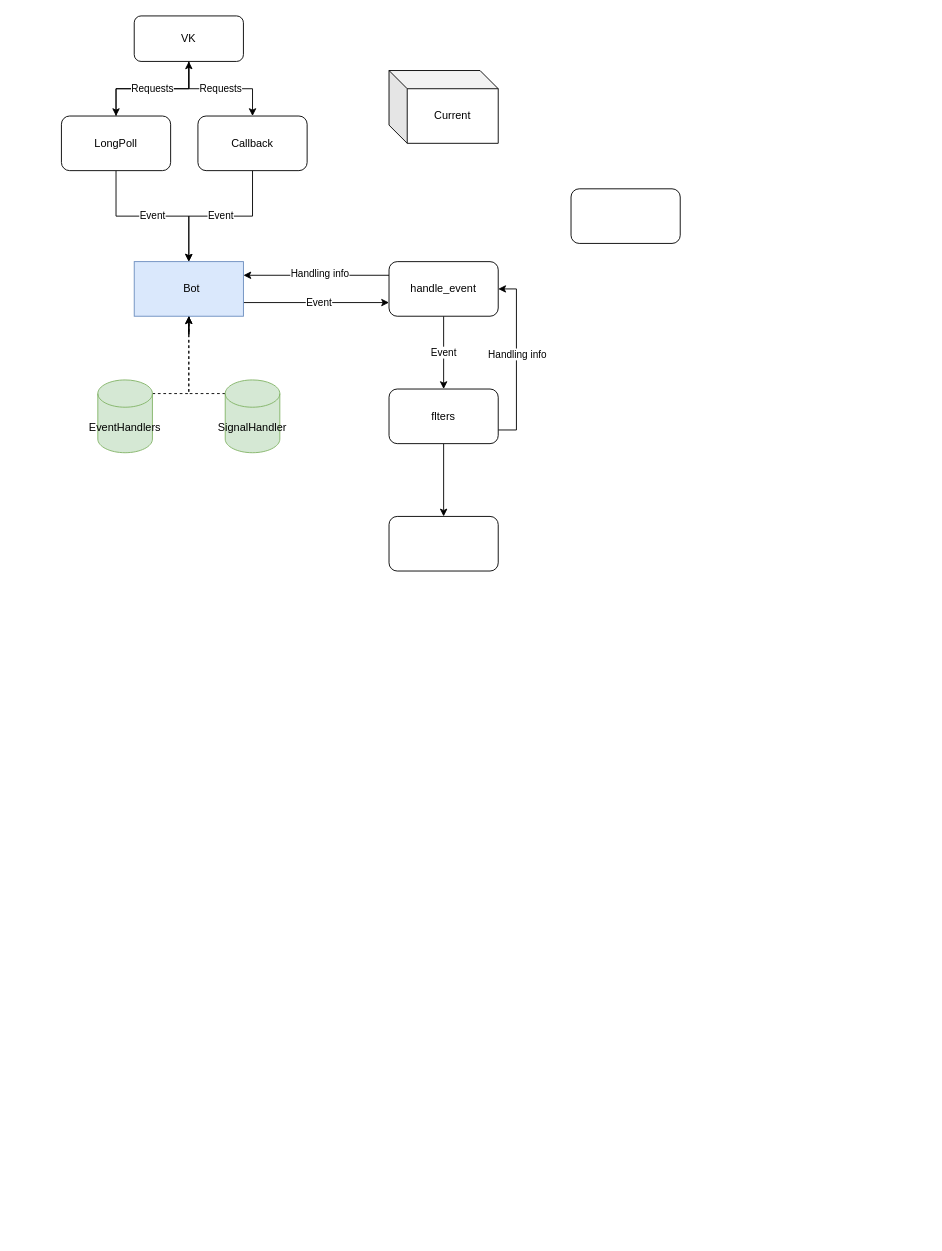
The draw.io diagram Untitled Diagram.drawio in deknowny/vk_dev, before the edit. Source tidied: cells renumbered, new cells numbered last; positions are measured from the earlier drawing's top-left corner, leaving out a move shared by most shapes. Both pictures are drawn from the tidied source at 91%, with x=0, y=0 at pixel (61, 15).
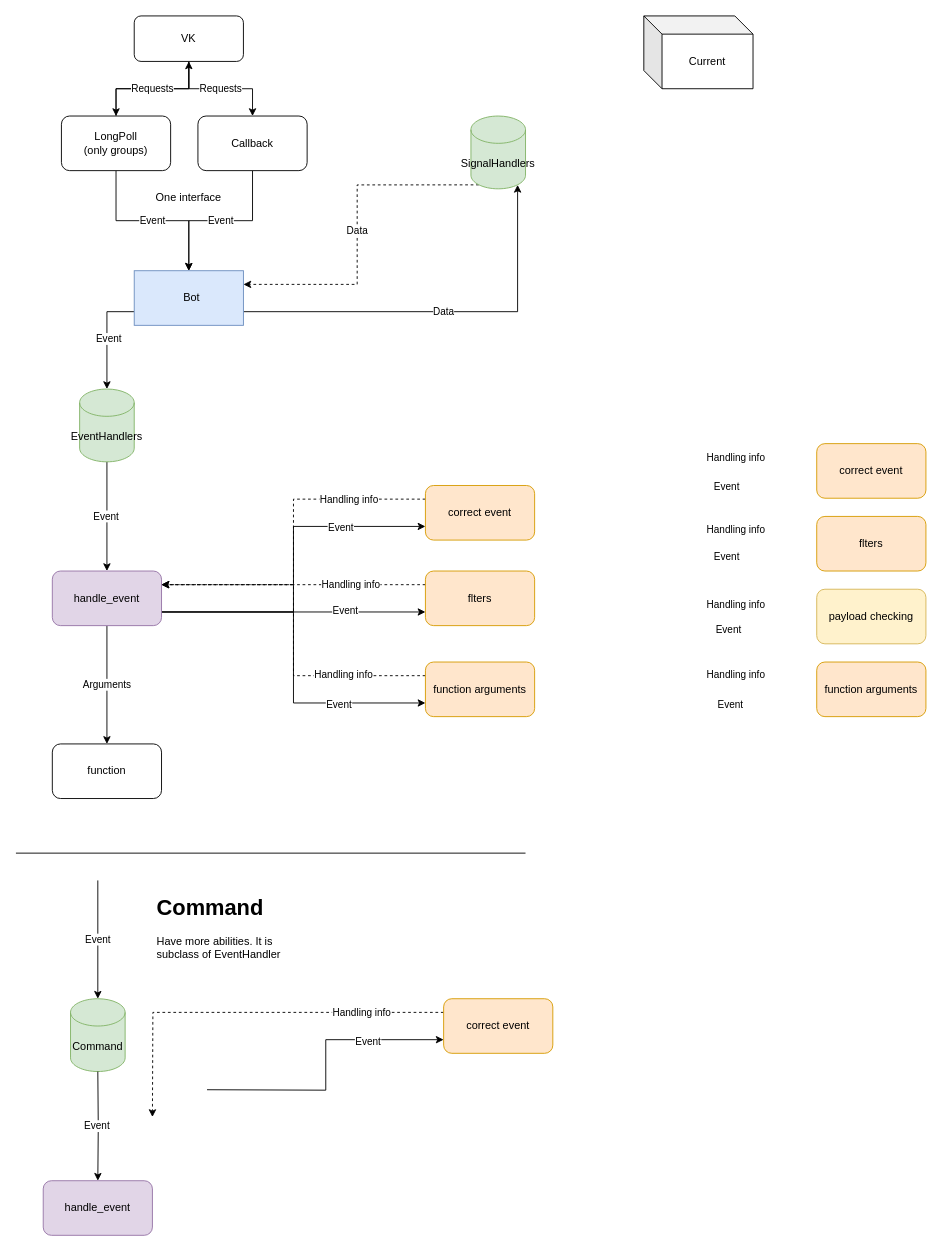
The same diagram, later.

The edit, as a diff of the source:
```diff
@@
-    <mxCell id="2" style="edgeStyle=orthogonalEdgeStyle;rounded=0;jettySize=auto;html=1;" parent="1" edge="1" source="6">
-      <mxGeometry relative="1" as="geometry">
-        <mxPoint x="140" y="310" as="targetPoint" />
-      </mxGeometry>
-    </mxCell>
-    <mxCell id="3" style="edgeStyle=orthogonalEdgeStyle;rounded=0;jettySize=auto;html=1;" parent="1" edge="1" source="6">
-      <mxGeometry relative="1" as="geometry">
-        <mxPoint x="140" y="310" as="targetPoint" />
-      </mxGeometry>
-    </mxCell>
-    <mxCell id="4" style="edgeStyle=orthogonalEdgeStyle;rounded=0;jettySize=auto;html=1;exitX=0;exitY=0.25;exitDx=0;exitDy=0;entryX=0;entryY=0.75;entryDx=0;entryDy=0;" parent="1" edge="1" source="6" target="15">
+    <mxCell id="4" style="edgeStyle=orthogonalEdgeStyle;rounded=0;jettySize=auto;html=1;exitX=1;exitY=0.25;exitDx=0;exitDy=0;" parent="1" edge="1" source="6" target="21">
       <mxGeometry relative="1" as="geometry" />
     </mxCell>
@@
+    <mxCell id="30" value="Data" style="edgeStyle=orthogonalEdgeStyle;rounded=0;jettySize=auto;html=1;exitX=0;exitY=0.25;exitDx=0;exitDy=0;entryX=0.855;entryY=1;entryDx=0;entryDy=-4.35;entryPerimeter=0;" parent="1" edge="1" source="6" target="23">
+      <mxGeometry relative="1" as="geometry" />
+    </mxCell>
     <mxCell id="6" value="&amp;nbsp; Bot" style="rounded=0;whiteSpace=wrap;html=1;direction=west;fillColor=#dae8fc;strokeColor=#6c8ebf;" parent="1" vertex="1">
-      <mxGeometry x="80" y="270" width="120" height="60" as="geometry" />
+      <mxGeometry x="80" y="280" width="120" height="60" as="geometry" />
     </mxCell>
@@
-    <mxCell id="9" value="LongPoll" style="rounded=1;whiteSpace=wrap;html=1;" parent="1" vertex="1">
+    <mxCell id="9" value="LongPoll&lt;br&gt;(only groups)" style="rounded=1;whiteSpace=wrap;html=1;" parent="1" vertex="1">
       <mxGeometry y="110" width="120" height="60" as="geometry" />
     </mxCell>
@@
+    <mxCell id="31" value="Arguments" style="edgeStyle=orthogonalEdgeStyle;rounded=0;jettySize=auto;html=1;" parent="1" edge="1" source="15" target="29">
+      <mxGeometry relative="1" as="geometry">
+        <Array as="points">
+          <mxPoint x="50" y="800" />
+          <mxPoint x="50" y="800" />
+        </Array>
+      </mxGeometry>
+    </mxCell>
-    <mxCell id="12" value="Event" style="edgeStyle=orthogonalEdgeStyle;rounded=0;jettySize=auto;html=1;" parent="1" edge="1" source="15" target="28">
+    <mxCell id="12" style="edgeStyle=orthogonalEdgeStyle;rounded=0;jettySize=auto;html=1;entryX=0;entryY=0.75;entryDx=0;entryDy=0;exitX=1;exitY=0.75;exitDx=0;exitDy=0;" parent="1" edge="1" source="15" target="28">
       <mxGeometry relative="1" as="geometry" />
     </mxCell>
-    <mxCell id="13" style="edgeStyle=orthogonalEdgeStyle;rounded=0;jettySize=auto;html=1;exitX=0;exitY=0.25;exitDx=0;exitDy=0;entryX=0;entryY=0.75;entryDx=0;entryDy=0;" parent="1" edge="1" source="15" target="6">
-      <mxGeometry relative="1" as="geometry" />
-    </mxCell>
-    <mxCell id="14" value="Handling info" style="edgeLabel;html=1;align=center;verticalAlign=middle;" parent="13" vertex="1">
-      <mxGeometry x="-0.04" y="-3" relative="1" as="geometry" />
-    </mxCell>
+    <mxCell id="32" value="Event" style="edgeLabel;html=1;align=center;verticalAlign=middle;" parent="12" vertex="1">
+      <mxGeometry x="0.66" y="2" relative="1" as="geometry">
+        <mxPoint x="-40" as="offset" />
+      </mxGeometry>
+    </mxCell>
+    <mxCell id="33" style="edgeStyle=orthogonalEdgeStyle;rounded=0;jettySize=auto;html=1;entryX=0;entryY=0.75;entryDx=0;entryDy=0;exitX=1;exitY=0.75;exitDx=0;exitDy=0;" parent="1" edge="1" source="15" target="42">
+      <mxGeometry relative="1" as="geometry" />
+    </mxCell>
+    <mxCell id="34" value="Event" style="edgeLabel;html=1;align=center;verticalAlign=middle;" parent="33" vertex="1">
+      <mxGeometry x="0.73" y="-1" relative="1" as="geometry">
+        <mxPoint x="-41.3" as="offset" />
+      </mxGeometry>
+    </mxCell>
+    <mxCell id="35" style="edgeStyle=orthogonalEdgeStyle;rounded=0;jettySize=auto;html=1;exitX=1;exitY=0.75;exitDx=0;exitDy=0;entryX=0;entryY=0.75;entryDx=0;entryDy=0;" parent="1" edge="1" source="15" target="45">
+      <mxGeometry relative="1" as="geometry" />
+    </mxCell>
+    <mxCell id="36" value="Event" style="edgeLabel;html=1;align=center;verticalAlign=middle;" parent="35" vertex="1">
+      <mxGeometry x="0.57" y="-1" relative="1" as="geometry">
+        <mxPoint x="-12" as="offset" />
+      </mxGeometry>
+    </mxCell>
-    <mxCell id="15" value="handle_event" style="rounded=1;whiteSpace=wrap;html=1;" parent="1" vertex="1">
-      <mxGeometry x="360" y="270" width="120" height="60" as="geometry" />
+    <mxCell id="15" value="handle_event" style="rounded=1;whiteSpace=wrap;html=1;fillColor=#e1d5e7;strokeColor=#9673a6;" parent="1" vertex="1">
+      <mxGeometry x="-10" y="610" width="120" height="60" as="geometry" />
     </mxCell>
@@
-    <mxCell id="19" style="rounded=1;whiteSpace=wrap;html=1;" parent="1" vertex="1">
-      <mxGeometry x="560" y="190" width="120" height="60" as="geometry" />
-    </mxCell>
-    <mxCell id="20" style="edgeStyle=orthogonalEdgeStyle;rounded=0;jettySize=auto;html=1;exitX=1;exitY=0;exitDx=0;exitDy=15;exitPerimeter=0;entryX=0.5;entryY=0;entryDx=0;entryDy=0;dashed=1;" parent="1" edge="1" source="21" target="6">
-      <mxGeometry relative="1" as="geometry" />
-    </mxCell>
+    <mxCell id="37" style="edgeStyle=orthogonalEdgeStyle;rounded=0;jettySize=auto;html=1;entryX=0.5;entryY=0;entryDx=0;entryDy=0;" parent="1" edge="1" source="21" target="15">
+      <mxGeometry relative="1" as="geometry" />
+    </mxCell>
+    <mxCell id="38" value="Event" style="edgeLabel;html=1;align=center;verticalAlign=middle;" parent="37" vertex="1">
+      <mxGeometry x="-0.02" y="-2" relative="1" as="geometry" />
+    </mxCell>
     <mxCell id="21" value="EventHandlers" style="shape=cylinder3;whiteSpace=wrap;html=1;boundedLbl=1;backgroundOutline=1;size=15;fillColor=#d5e8d4;strokeColor=#82b366;" parent="1" vertex="1">
-      <mxGeometry x="40" y="400" width="60" height="80" as="geometry" />
+      <mxGeometry x="20" y="410" width="60" height="80" as="geometry" />
     </mxCell>
-    <mxCell id="22" style="edgeStyle=orthogonalEdgeStyle;rounded=0;jettySize=auto;html=1;exitX=0;exitY=0;exitDx=0;exitDy=15;exitPerimeter=0;entryX=0.5;entryY=0;entryDx=0;entryDy=0;dashed=1;" parent="1" edge="1" source="23" target="6">
+    <mxCell id="22" value="Data" style="edgeStyle=orthogonalEdgeStyle;rounded=0;jettySize=auto;html=1;exitX=0.145;exitY=1;exitDx=0;exitDy=-4.35;exitPerimeter=0;entryX=0;entryY=0.75;entryDx=0;entryDy=0;dashed=1;" parent="1" edge="1" source="23" target="6">
       <mxGeometry relative="1" as="geometry" />
     </mxCell>
-    <mxCell id="23" value="SignalHandler" style="shape=cylinder3;whiteSpace=wrap;html=1;boundedLbl=1;backgroundOutline=1;size=15;fillColor=#d5e8d4;strokeColor=#82b366;" parent="1" vertex="1">
-      <mxGeometry x="180" y="400" width="60" height="80" as="geometry" />
+    <mxCell id="23" value="SignalHandlers" style="shape=cylinder3;whiteSpace=wrap;html=1;boundedLbl=1;backgroundOutline=1;size=15;fillColor=#d5e8d4;strokeColor=#82b366;" parent="1" vertex="1">
+      <mxGeometry x="450" y="110" width="60" height="80" as="geometry" />
     </mxCell>
     <mxCell id="24" value="Current" style="shape=cube;whiteSpace=wrap;html=1;boundedLbl=1;backgroundOutline=1;darkOpacity=0.05;darkOpacity2=0.1;" parent="1" vertex="1">
-      <mxGeometry x="360" y="60" width="120" height="80" as="geometry" />
+      <mxGeometry x="640" width="120" height="80" as="geometry" />
     </mxCell>
-    <mxCell id="25" style="edgeStyle=orthogonalEdgeStyle;rounded=0;jettySize=auto;html=1;exitX=1;exitY=0.75;exitDx=0;exitDy=0;entryX=1;entryY=0.5;entryDx=0;entryDy=0;" parent="1" edge="1" source="28" target="15">
+    <mxCell id="25" style="edgeStyle=orthogonalEdgeStyle;rounded=0;jettySize=auto;html=1;exitX=0;exitY=0.25;exitDx=0;exitDy=0;entryX=1;entryY=0.25;entryDx=0;entryDy=0;dashed=1;" parent="1" edge="1" source="28" target="15">
       <mxGeometry relative="1" as="geometry" />
     </mxCell>
-    <mxCell id="26" value="Handling info" style="edgeLabel;html=1;align=center;verticalAlign=middle;" parent="25" vertex="1">
-      <mxGeometry x="0.07" relative="1" as="geometry" />
-    </mxCell>
-    <mxCell id="27" style="edgeStyle=orthogonalEdgeStyle;rounded=0;jettySize=auto;html=1;" parent="1" edge="1" source="28" target="29">
-      <mxGeometry relative="1" as="geometry" />
-    </mxCell>
+    <mxCell id="39" value="Handling info" style="edgeLabel;html=1;align=center;verticalAlign=middle;" parent="25" vertex="1">
+      <mxGeometry x="-0.72" y="-1" relative="1" as="geometry">
+        <mxPoint x="-41.3" as="offset" />
+      </mxGeometry>
+    </mxCell>
-    <mxCell id="28" value="flters" style="whiteSpace=wrap;html=1;rounded=1;" parent="1" vertex="1">
-      <mxGeometry x="360" y="410" width="120" height="60" as="geometry" />
+    <mxCell id="28" value="flters" style="whiteSpace=wrap;html=1;rounded=1;fillColor=#ffe6cc;strokeColor=#d79b00;" parent="1" vertex="1">
+      <mxGeometry x="400" y="610" width="120" height="60" as="geometry" />
     </mxCell>
-    <mxCell id="29" style="whiteSpace=wrap;html=1;rounded=1;" parent="1" vertex="1">
-      <mxGeometry x="360" y="550" width="120" height="60" as="geometry" />
+    <mxCell id="29" value="function" style="whiteSpace=wrap;html=1;rounded=1;" parent="1" vertex="1">
+      <mxGeometry x="-10" y="800" width="120" height="60" as="geometry" />
     </mxCell>
+    <mxCell id="40" style="edgeStyle=orthogonalEdgeStyle;rounded=0;jettySize=auto;html=1;exitX=0;exitY=0.25;exitDx=0;exitDy=0;entryX=1;entryY=0.25;entryDx=0;entryDy=0;dashed=1;" parent="1" edge="1" source="42" target="15">
+      <mxGeometry relative="1" as="geometry" />
+    </mxCell>
+    <mxCell id="41" value="Handling info" style="edgeLabel;html=1;align=center;verticalAlign=middle;" parent="40" vertex="1">
+      <mxGeometry x="-0.78" relative="1" as="geometry">
+        <mxPoint x="-42.7" as="offset" />
+      </mxGeometry>
+    </mxCell>
+    <mxCell id="42" value="correct event" style="rounded=1;whiteSpace=wrap;html=1;fillColor=#ffe6cc;strokeColor=#d79b00;" parent="1" vertex="1">
+      <mxGeometry x="400" y="516" width="120" height="60" as="geometry" />
+    </mxCell>
+    <mxCell id="43" style="edgeStyle=orthogonalEdgeStyle;rounded=0;jettySize=auto;html=1;exitX=0;exitY=0.25;exitDx=0;exitDy=0;entryX=1;entryY=0.25;entryDx=0;entryDy=0;dashed=1;" parent="1" edge="1" source="45" target="15">
+      <mxGeometry relative="1" as="geometry" />
+    </mxCell>
+    <mxCell id="44" value="Handling info" style="edgeLabel;html=1;align=center;verticalAlign=middle;" parent="43" vertex="1">
+      <mxGeometry x="-0.61" y="-2" relative="1" as="geometry">
+        <mxPoint x="-14.7" as="offset" />
+      </mxGeometry>
+    </mxCell>
+    <mxCell id="45" value="function arguments" style="rounded=1;whiteSpace=wrap;html=1;fillColor=#ffe6cc;strokeColor=#d79b00;" parent="1" vertex="1">
+      <mxGeometry x="400" y="710" width="120" height="60" as="geometry" />
+    </mxCell>
+    <mxCell id="46" value="One interface" style="text;html=1;strokeColor=none;fillColor=none;align=center;verticalAlign=middle;whiteSpace=wrap;rounded=0;" parent="1" vertex="1">
+      <mxGeometry x="100" y="190" width="80" height="20" as="geometry" />
+    </mxCell>
+    <mxCell id="47" value="Event" style="edgeLabel;html=1;align=center;verticalAlign=middle;" parent="1" vertex="1">
+      <mxGeometry x="730" y="593" as="geometry" />
+    </mxCell>
+    <mxCell id="48" value="Event" style="edgeLabel;html=1;align=center;verticalAlign=middle;" parent="1" vertex="1">
+      <mxGeometry x="730" y="516" as="geometry" />
+    </mxCell>
+    <mxCell id="49" value="Event" style="edgeLabel;html=1;align=center;verticalAlign=middle;" parent="1" vertex="1">
+      <mxGeometry x="734" y="756" as="geometry" />
+    </mxCell>
+    <mxCell id="50" value="Event" style="edgeLabel;html=1;align=center;verticalAlign=middle;" parent="1" vertex="1">
+      <mxGeometry x="732.7" y="674" as="geometry" />
+    </mxCell>
+    <mxCell id="51" value="Handling info" style="edgeLabel;html=1;align=center;verticalAlign=middle;" parent="1" vertex="1">
+      <mxGeometry x="740" y="564" as="geometry" />
+    </mxCell>
+    <mxCell id="52" value="flters" style="whiteSpace=wrap;html=1;rounded=1;fillColor=#ffe6cc;strokeColor=#d79b00;" parent="1" vertex="1">
+      <mxGeometry x="830" y="550" width="120" height="60" as="geometry" />
+    </mxCell>
+    <mxCell id="53" value="Handling info" style="edgeLabel;html=1;align=center;verticalAlign=middle;" parent="1" vertex="1">
+      <mxGeometry x="740" y="485" as="geometry" />
+    </mxCell>
+    <mxCell id="54" value="correct event" style="rounded=1;whiteSpace=wrap;html=1;fillColor=#ffe6cc;strokeColor=#d79b00;" parent="1" vertex="1">
+      <mxGeometry x="830" y="470" width="120" height="60" as="geometry" />
+    </mxCell>
+    <mxCell id="55" value="Handling info" style="edgeLabel;html=1;align=center;verticalAlign=middle;" parent="1" vertex="1">
+      <mxGeometry x="740" y="723" as="geometry" />
+    </mxCell>
+    <mxCell id="56" value="function arguments" style="rounded=1;whiteSpace=wrap;html=1;fillColor=#ffe6cc;strokeColor=#d79b00;" parent="1" vertex="1">
+      <mxGeometry x="830" y="710" width="120" height="60" as="geometry" />
+    </mxCell>
+    <mxCell id="57" value="Handling info" style="edgeLabel;html=1;align=center;verticalAlign=middle;" parent="1" vertex="1">
+      <mxGeometry x="740" y="646" as="geometry" />
+    </mxCell>
+    <mxCell id="58" value="payload checking" style="rounded=1;whiteSpace=wrap;html=1;fillColor=#fff2cc;strokeColor=#d6b656;" parent="1" vertex="1">
+      <mxGeometry x="830" y="630" width="120" height="60" as="geometry" />
+    </mxCell>
+    <mxCell id="59" style="endArrow=none;html=1;" parent="1" edge="1">
+      <mxGeometry relative="1" as="geometry">
+        <mxPoint x="-50" y="920" as="sourcePoint" />
+        <mxPoint x="510" y="920" as="targetPoint" />
+      </mxGeometry>
+    </mxCell>
+    <mxCell id="60" value="&lt;h1&gt;Command&lt;/h1&gt;&lt;p&gt;Have more abilities. It is subclass of EventHandler&lt;/p&gt;" style="text;html=1;strokeColor=none;fillColor=none;spacing=5;spacingTop=-20;whiteSpace=wrap;overflow=hidden;rounded=0;" parent="1" vertex="1">
+      <mxGeometry x="100" y="960" width="160" height="90" as="geometry" />
+    </mxCell>
+    <mxCell id="61" value="Command" style="shape=cylinder3;whiteSpace=wrap;html=1;boundedLbl=1;backgroundOutline=1;size=15;fillColor=#d5e8d4;strokeColor=#82b366;" parent="1" vertex="1">
+      <mxGeometry x="10" y="1080" width="60" height="80" as="geometry" />
+    </mxCell>
+    <mxCell id="62" value="Event" style="endArrow=classic;html=1;entryX=0.5;entryY=0;entryDx=0;entryDy=0;entryPerimeter=0;" parent="1" edge="1" target="61">
+      <mxGeometry relative="1" as="geometry">
+        <mxPoint x="40" y="950" as="sourcePoint" />
+      </mxGeometry>
+    </mxCell>
+    <mxCell id="63" style="edgeStyle=orthogonalEdgeStyle;rounded=0;jettySize=auto;html=1;entryX=0;entryY=0.75;entryDx=0;entryDy=0;" parent="1" edge="1" target="67">
+      <mxGeometry relative="1" as="geometry">
+        <mxPoint x="160" y="1180" as="sourcePoint" />
+      </mxGeometry>
+    </mxCell>
+    <mxCell id="64" value="Event" style="edgeLabel;html=1;align=center;verticalAlign=middle;" parent="63" vertex="1">
+      <mxGeometry x="0.73" y="-1" relative="1" as="geometry">
+        <mxPoint x="-41.3" as="offset" />
+      </mxGeometry>
+    </mxCell>
+    <mxCell id="65" style="edgeStyle=orthogonalEdgeStyle;rounded=0;jettySize=auto;html=1;exitX=0;exitY=0.25;exitDx=0;exitDy=0;dashed=1;" parent="1" edge="1" source="67">
+      <mxGeometry relative="1" as="geometry">
+        <mxPoint x="100" y="1210" as="targetPoint" />
+      </mxGeometry>
+    </mxCell>
+    <mxCell id="66" value="Handling info" style="edgeLabel;html=1;align=center;verticalAlign=middle;" parent="65" vertex="1">
+      <mxGeometry x="-0.78" relative="1" as="geometry">
+        <mxPoint x="-42.7" as="offset" />
+      </mxGeometry>
+    </mxCell>
+    <mxCell id="67" value="correct event" style="rounded=1;whiteSpace=wrap;html=1;fillColor=#ffe6cc;strokeColor=#d79b00;" parent="1" vertex="1">
+      <mxGeometry x="420" y="1080" width="120" height="60" as="geometry" />
+    </mxCell>
+    <mxCell id="68" value="handle_event" style="rounded=1;whiteSpace=wrap;html=1;fillColor=#e1d5e7;strokeColor=#9673a6;" parent="1" vertex="1">
+      <mxGeometry x="-20" y="1280" width="120" height="60" as="geometry" />
+    </mxCell>
+    <mxCell id="69" style="edgeStyle=orthogonalEdgeStyle;rounded=0;jettySize=auto;html=1;entryX=0.5;entryY=0;entryDx=0;entryDy=0;" parent="1" edge="1" target="68">
+      <mxGeometry relative="1" as="geometry">
+        <mxPoint x="40" y="1160" as="sourcePoint" />
+      </mxGeometry>
+    </mxCell>
+    <mxCell id="70" value="Event" style="edgeLabel;html=1;align=center;verticalAlign=middle;" parent="69" vertex="1">
+      <mxGeometry x="-0.02" y="-2" relative="1" as="geometry" />
+    </mxCell>
```
